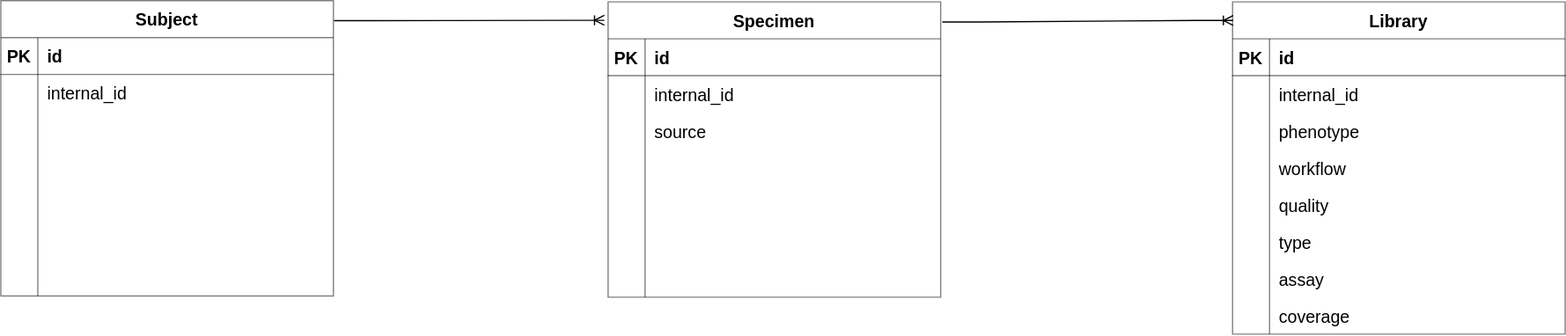
umccr/orcabus keeps this draw.io diagram as lib/workload/stateless/stacks/metadata-manager/docs/schema.drawio.svg. Above is the earlier version. Source tidied: cells renumbered, new cells last; positions are measured from the earlier drawing's top-left corner, leaving out a move shared by most shapes.
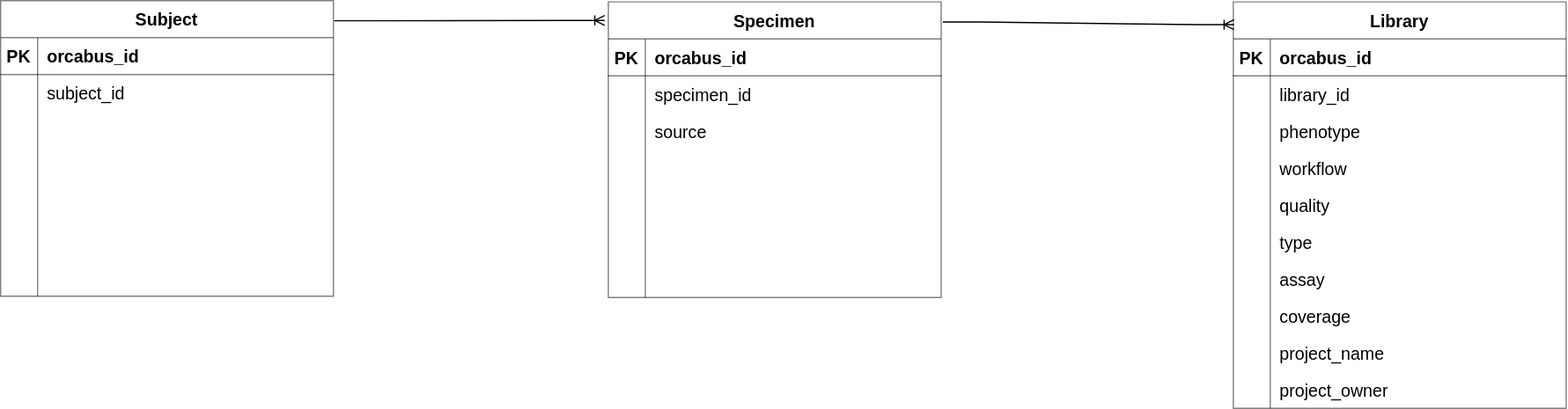
Above is the later version.

Change to the diagram source:
```diff
@@ -3,7 +3,7 @@
     <mxCell id="0" />
     <mxCell id="1" parent="0" />
     <mxCell id="2" value="Library" style="shape=table;startSize=30;rowLines=0;fontStyle=1;align=center;fontSize=14;fillColor=none;opacity=50;" parent="1" vertex="1">
-      <mxGeometry x="1000" y="1" width="270" height="270" as="geometry" />
+      <mxGeometry x="1000" y="1" width="270" height="330" as="geometry" />
     </mxCell>
     <mxCell id="3" style="shape=tableRow;horizontal=0;startSize=0;swimlaneHead=0;swimlaneBody=0;fillColor=none;top=0;left=0;right=0;bottom=1;fontSize=14;opacity=50;" parent="2" vertex="1">
       <mxGeometry y="30" width="270" height="30" as="geometry" />
@@ -11,7 +11,7 @@
     <mxCell id="4" value="PK" style="shape=partialRectangle;fillColor=none;top=0;left=0;bottom=0;right=0;fontStyle=1;overflow=hidden;fontSize=14;opacity=50;" parent="3" vertex="1">
       <mxGeometry width="30" height="30" as="geometry" />
     </mxCell>
-    <mxCell id="5" value="id" style="shape=partialRectangle;fillColor=none;top=0;left=0;bottom=0;right=0;align=left;spacingLeft=6;fontStyle=1;overflow=hidden;fontSize=14;opacity=50;" parent="3" vertex="1">
+    <mxCell id="5" value="orcabus_id" style="shape=partialRectangle;fillColor=none;top=0;left=0;bottom=0;right=0;align=left;spacingLeft=6;fontStyle=1;overflow=hidden;fontSize=14;opacity=50;" parent="3" vertex="1">
       <mxGeometry x="30" width="240" height="30" as="geometry" />
     </mxCell>
     <mxCell id="6" style="shape=tableRow;horizontal=0;startSize=0;swimlaneHead=0;swimlaneBody=0;fillColor=none;top=0;left=0;right=0;bottom=0;fontSize=14;opacity=50;" parent="2" vertex="1">
@@ -20,7 +20,7 @@
     <mxCell id="7" style="shape=partialRectangle;fillColor=none;top=0;left=0;bottom=0;right=0;overflow=hidden;fontSize=14;opacity=50;" parent="6" vertex="1">
       <mxGeometry width="30" height="30" as="geometry" />
     </mxCell>
-    <mxCell id="8" value="internal_id" style="shape=partialRectangle;fillColor=none;top=0;left=0;bottom=0;right=0;align=left;spacingLeft=6;overflow=hidden;fontSize=14;opacity=50;" parent="6" vertex="1">
+    <mxCell id="8" value="library_id" style="shape=partialRectangle;fillColor=none;top=0;left=0;bottom=0;right=0;align=left;spacingLeft=6;overflow=hidden;fontSize=14;opacity=50;" parent="6" vertex="1">
       <mxGeometry x="30" width="240" height="30" as="geometry" />
     </mxCell>
     <mxCell id="9" style="shape=tableRow;horizontal=0;startSize=0;swimlaneHead=0;swimlaneBody=0;fillColor=none;top=0;left=0;right=0;bottom=0;fontSize=14;opacity=50;" parent="2" vertex="1">
@@ -77,6 +77,24 @@
     <mxCell id="26" value="coverage" style="shape=partialRectangle;fillColor=none;top=0;left=0;bottom=0;right=0;align=left;spacingLeft=6;overflow=hidden;fontSize=14;opacity=50;" parent="24" vertex="1">
       <mxGeometry x="30" width="240" height="30" as="geometry" />
     </mxCell>
+    <mxCell id="73" style="shape=tableRow;horizontal=0;startSize=0;swimlaneHead=0;swimlaneBody=0;fillColor=none;top=0;left=0;right=0;bottom=0;fontSize=14;opacity=50;" parent="2" vertex="1">
+      <mxGeometry y="270" width="270" height="30" as="geometry" />
+    </mxCell>
+    <mxCell id="74" style="shape=partialRectangle;fillColor=none;top=0;left=0;bottom=0;right=0;overflow=hidden;fontSize=14;opacity=50;" parent="73" vertex="1">
+      <mxGeometry width="30" height="30" as="geometry" />
+    </mxCell>
+    <mxCell id="75" value="project_name" style="shape=partialRectangle;fillColor=none;top=0;left=0;bottom=0;right=0;align=left;spacingLeft=6;overflow=hidden;fontSize=14;opacity=50;" parent="73" vertex="1">
+      <mxGeometry x="30" width="240" height="30" as="geometry" />
+    </mxCell>
+    <mxCell id="76" style="shape=tableRow;horizontal=0;startSize=0;swimlaneHead=0;swimlaneBody=0;fillColor=none;top=0;left=0;right=0;bottom=0;fontSize=14;opacity=50;" parent="2" vertex="1">
+      <mxGeometry y="300" width="270" height="30" as="geometry" />
+    </mxCell>
+    <mxCell id="77" style="shape=partialRectangle;fillColor=none;top=0;left=0;bottom=0;right=0;overflow=hidden;fontSize=14;opacity=50;" parent="76" vertex="1">
+      <mxGeometry width="30" height="30" as="geometry" />
+    </mxCell>
+    <mxCell id="78" value="project_owner" style="shape=partialRectangle;fillColor=none;top=0;left=0;bottom=0;right=0;align=left;spacingLeft=6;overflow=hidden;fontSize=14;opacity=50;" parent="76" vertex="1">
+      <mxGeometry x="30" width="240" height="30" as="geometry" />
+    </mxCell>
     <mxCell id="27" value="Subject" style="shape=table;startSize=30;rowLines=0;fontStyle=1;align=center;fontSize=14;fillColor=none;opacity=50;" parent="1" vertex="1">
       <mxGeometry width="270" height="240" as="geometry" />
     </mxCell>
@@ -86,7 +104,7 @@
     <mxCell id="29" value="PK" style="shape=partialRectangle;fillColor=none;top=0;left=0;bottom=0;right=0;fontStyle=1;overflow=hidden;fontSize=14;opacity=50;" parent="28" vertex="1">
       <mxGeometry width="30" height="30" as="geometry" />
     </mxCell>
-    <mxCell id="30" value="id" style="shape=partialRectangle;fillColor=none;top=0;left=0;bottom=0;right=0;align=left;spacingLeft=6;fontStyle=1;overflow=hidden;fontSize=14;opacity=50;" parent="28" vertex="1">
+    <mxCell id="30" value="orcabus_id" style="shape=partialRectangle;fillColor=none;top=0;left=0;bottom=0;right=0;align=left;spacingLeft=6;fontStyle=1;overflow=hidden;fontSize=14;opacity=50;" parent="28" vertex="1">
       <mxGeometry x="30" width="240" height="30" as="geometry" />
     </mxCell>
     <mxCell id="31" style="shape=tableRow;horizontal=0;startSize=0;swimlaneHead=0;swimlaneBody=0;fillColor=none;top=0;left=0;right=0;bottom=0;rounded=0;shadow=0;labelBackgroundColor=#FFFFFF;labelBorderColor=none;sketch=0;fontSize=12;fontColor=#000000;" parent="27" vertex="1">
@@ -95,7 +113,7 @@
     <mxCell id="32" style="shape=partialRectangle;fillColor=none;top=0;left=0;bottom=0;right=0;overflow=hidden;rounded=0;shadow=0;labelBackgroundColor=#FFFFFF;labelBorderColor=none;sketch=0;fontSize=12;fontColor=#000000;" parent="31" vertex="1">
       <mxGeometry width="30" height="30" as="geometry" />
     </mxCell>
-    <mxCell id="33" value="internal_id" style="shape=partialRectangle;fillColor=none;top=0;left=0;bottom=0;right=0;align=left;spacingLeft=6;overflow=hidden;rounded=0;shadow=0;labelBackgroundColor=#FFFFFF;labelBorderColor=none;sketch=0;fontSize=14;fontColor=#000000;" parent="31" vertex="1">
+    <mxCell id="33" value="subject_id" style="shape=partialRectangle;fillColor=none;top=0;left=0;bottom=0;right=0;align=left;spacingLeft=6;overflow=hidden;rounded=0;shadow=0;labelBackgroundColor=#FFFFFF;labelBorderColor=none;sketch=0;fontSize=14;fontColor=#000000;" parent="31" vertex="1">
       <mxGeometry x="30" width="240" height="30" as="geometry" />
     </mxCell>
     <mxCell id="34" style="shape=tableRow;horizontal=0;startSize=0;swimlaneHead=0;swimlaneBody=0;fillColor=none;top=0;left=0;right=0;bottom=0;rounded=0;shadow=0;labelBackgroundColor=none;labelBorderColor=none;sketch=0;fontSize=14;" parent="27" vertex="1">
@@ -152,7 +170,7 @@
     <mxCell id="51" value="PK" style="shape=partialRectangle;fillColor=none;top=0;left=0;bottom=0;right=0;fontStyle=1;overflow=hidden;fontSize=14;opacity=50;" parent="50" vertex="1">
       <mxGeometry width="30" height="30" as="geometry" />
     </mxCell>
-    <mxCell id="52" value="id" style="shape=partialRectangle;fillColor=none;top=0;left=0;bottom=0;right=0;align=left;spacingLeft=6;fontStyle=1;overflow=hidden;fontSize=14;opacity=50;" parent="50" vertex="1">
+    <mxCell id="52" value="orcabus_id" style="shape=partialRectangle;fillColor=none;top=0;left=0;bottom=0;right=0;align=left;spacingLeft=6;fontStyle=1;overflow=hidden;fontSize=14;opacity=50;" parent="50" vertex="1">
       <mxGeometry x="30" width="240" height="30" as="geometry" />
     </mxCell>
     <mxCell id="53" style="shape=tableRow;horizontal=0;startSize=0;swimlaneHead=0;swimlaneBody=0;fillColor=none;top=0;left=0;right=0;bottom=0;rounded=0;shadow=0;labelBackgroundColor=#FFFFFF;labelBorderColor=none;sketch=0;fontSize=12;fontColor=#000000;" parent="49" vertex="1">
@@ -161,7 +179,7 @@
     <mxCell id="54" style="shape=partialRectangle;fillColor=none;top=0;left=0;bottom=0;right=0;overflow=hidden;rounded=0;shadow=0;labelBackgroundColor=#FFFFFF;labelBorderColor=none;sketch=0;fontSize=12;fontColor=#000000;" parent="53" vertex="1">
       <mxGeometry width="30" height="30" as="geometry" />
     </mxCell>
-    <mxCell id="55" value="internal_id" style="shape=partialRectangle;fillColor=none;top=0;left=0;bottom=0;right=0;align=left;spacingLeft=6;overflow=hidden;rounded=0;shadow=0;labelBackgroundColor=#FFFFFF;labelBorderColor=none;sketch=0;fontSize=14;fontColor=#000000;" parent="53" vertex="1">
+    <mxCell id="55" value="specimen_id" style="shape=partialRectangle;fillColor=none;top=0;left=0;bottom=0;right=0;align=left;spacingLeft=6;overflow=hidden;rounded=0;shadow=0;labelBackgroundColor=#FFFFFF;labelBorderColor=none;sketch=0;fontSize=14;fontColor=#000000;" parent="53" vertex="1">
       <mxGeometry x="30" width="240" height="30" as="geometry" />
     </mxCell>
     <mxCell id="56" style="shape=tableRow;horizontal=0;startSize=0;swimlaneHead=0;swimlaneBody=0;fillColor=none;top=0;left=0;right=0;bottom=0;rounded=0;shadow=0;labelBackgroundColor=none;labelBorderColor=none;sketch=0;fontSize=14;" parent="49" vertex="1">
```
